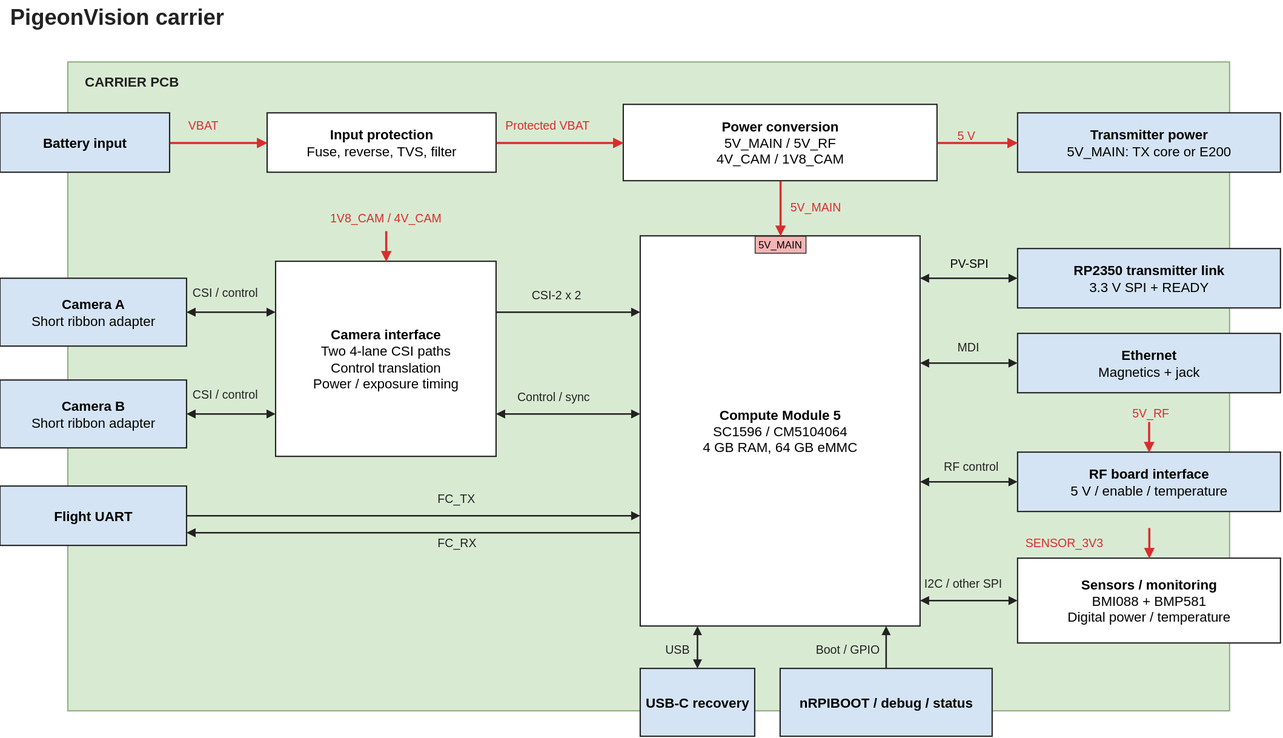
Earlier version of the draw.io export hardware/carrier/block-diagram.svg (stanford-ssi/PigeonVision). Source tidied: cells renumbered, new cells last; positions are measured from the earlier drawing's top-left corner, leaving out a move shared by most shapes.
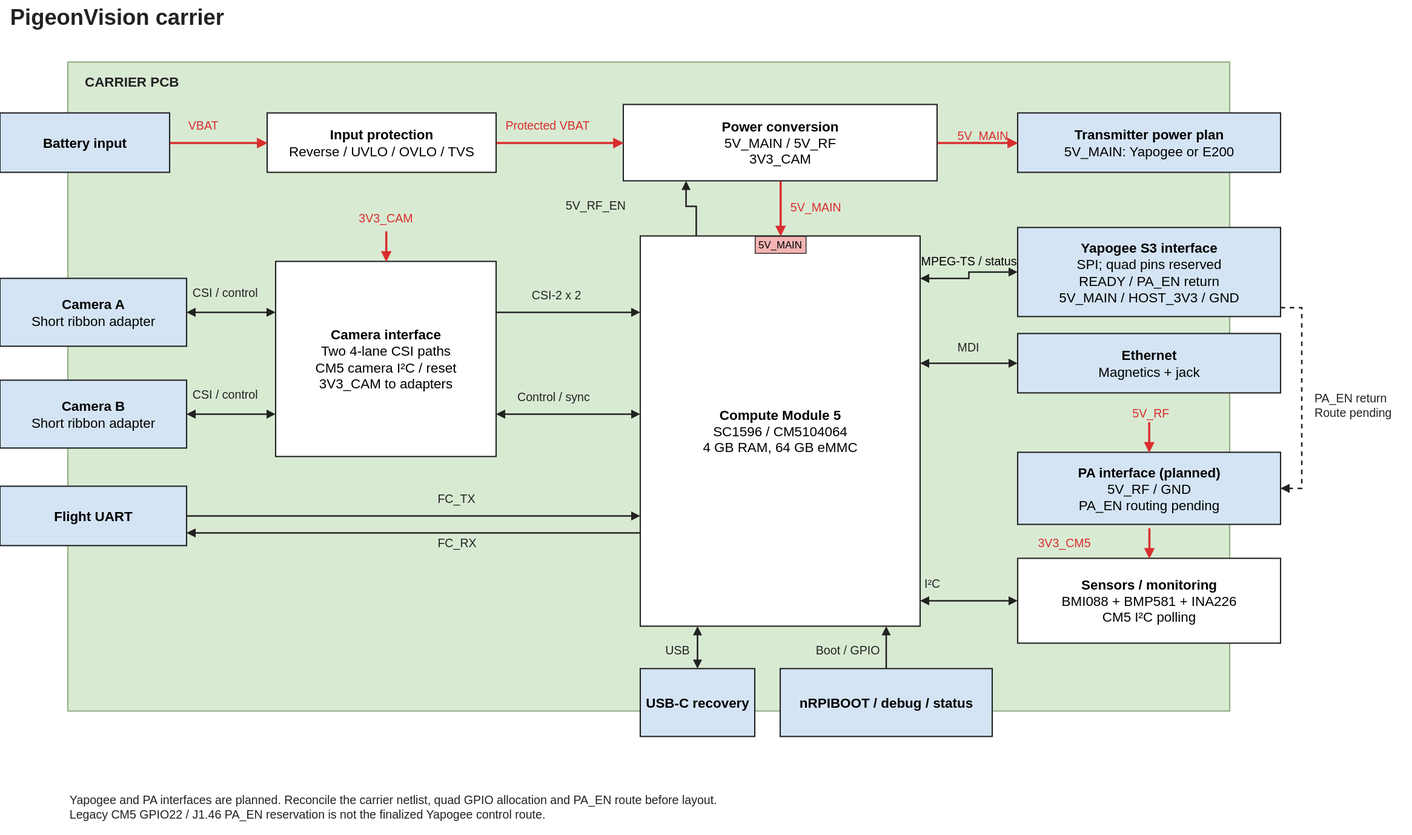
The same file after the commit.

Diff of the diagram source:
```diff
@@ -1,4 +1,4 @@
-<mxGraphModel>
+<mxGraphModel background="#ffffff">
   <root>
     <mxCell id="0" />
     <mxCell id="1" parent="0" />
@@ -14,13 +14,13 @@
     <mxCell id="5" value="&lt;b&gt;Battery input&lt;/b&gt;" style="rounded=0;whiteSpace=wrap;html=1;fontFamily=Arial;fillColor=#d4e4f4;strokeColor=#222222;strokeWidth=1.5;align=center;verticalAlign=middle;fontSize=16;spacing=5;" parent="1" vertex="1">
       <mxGeometry y="133" width="200" height="70" as="geometry" />
     </mxCell>
-    <mxCell id="6" value="&lt;b&gt;Input protection&lt;/b&gt;&lt;br&gt;Fuse, reverse, TVS, filter" style="rounded=0;whiteSpace=wrap;html=1;fontFamily=Arial;fillColor=#ffffff;strokeColor=#222222;strokeWidth=1.5;align=center;verticalAlign=middle;fontSize=16;spacing=5;" parent="1" vertex="1">
+    <mxCell id="6" value="&lt;b&gt;Input protection&lt;/b&gt;&lt;br&gt;Reverse / UVLO / OVLO / TVS" style="rounded=0;whiteSpace=wrap;html=1;fontFamily=Arial;fillColor=#ffffff;strokeColor=#222222;strokeWidth=1.5;align=center;verticalAlign=middle;fontSize=16;spacing=5;" parent="1" vertex="1">
       <mxGeometry x="315" y="133" width="270" height="70" as="geometry" />
     </mxCell>
-    <mxCell id="7" value="&lt;b&gt;Power conversion&lt;/b&gt;&lt;br&gt;5V_MAIN / 5V_RF&lt;br&gt;4V_CAM / 1V8_CAM" style="rounded=0;whiteSpace=wrap;html=1;fontFamily=Arial;fillColor=#ffffff;strokeColor=#222222;strokeWidth=1.5;align=center;verticalAlign=middle;fontSize=16;spacing=5;" parent="1" vertex="1">
+    <mxCell id="7" value="&lt;b&gt;Power conversion&lt;/b&gt;&lt;br&gt;5V_MAIN / 5V_RF&lt;br&gt;3V3_CAM" style="rounded=0;whiteSpace=wrap;html=1;fontFamily=Arial;fillColor=#ffffff;strokeColor=#222222;strokeWidth=1.5;align=center;verticalAlign=middle;fontSize=16;spacing=5;" parent="1" vertex="1">
       <mxGeometry x="735" y="123" width="370" height="90" as="geometry" />
     </mxCell>
-    <mxCell id="8" value="&lt;b&gt;Transmitter power&lt;/b&gt;&lt;br&gt;5V_MAIN: TX core or E200" style="rounded=0;whiteSpace=wrap;html=1;fontFamily=Arial;fillColor=#d4e4f4;strokeColor=#222222;strokeWidth=1.5;align=center;verticalAlign=middle;fontSize=16;spacing=5;" parent="1" vertex="1">
+    <mxCell id="8" value="&lt;b&gt;Transmitter power plan&lt;/b&gt;&lt;br&gt;5V_MAIN: Yapogee or E200" style="rounded=0;whiteSpace=wrap;html=1;fontFamily=Arial;fillColor=#d4e4f4;strokeColor=#222222;strokeWidth=1.5;align=center;verticalAlign=middle;fontSize=16;spacing=5;" parent="1" vertex="1">
       <mxGeometry x="1200" y="133" width="310" height="70" as="geometry" />
     </mxCell>
     <mxCell id="9" style="edgeStyle=orthogonalEdgeStyle;jettySize=0;rounded=0;html=0;strokeColor=#d92d2d;strokeWidth=2.5;endArrow=block;endFill=1;startArrow=none;startFill=1;exitX=1;exitY=0.5;exitPerimeter=0;entryX=0;entryY=0.5;entryPerimeter=0;" parent="1" edge="1" source="5" target="6">
@@ -38,7 +38,7 @@
     <mxCell id="13" style="edgeStyle=orthogonalEdgeStyle;jettySize=0;rounded=0;html=0;strokeColor=#d92d2d;strokeWidth=2.5;endArrow=block;endFill=1;startArrow=none;startFill=1;exitX=1;exitY=0.5;exitPerimeter=0;entryX=0;entryY=0.5;entryPerimeter=0;" parent="1" edge="1" source="7" target="8">
       <mxGeometry relative="1" as="geometry" />
     </mxCell>
-    <mxCell id="14" value="5 V" style="text;html=0;align=left;verticalAlign=middle;fillColor=none;strokeColor=none;fontFamily=Arial;fontSize=14;fontColor=#d92d2d;fontStyle=0;" parent="1" vertex="1">
+    <mxCell id="14" value="5V_MAIN" style="text;html=0;align=left;verticalAlign=middle;fillColor=none;strokeColor=none;fontFamily=Arial;fontSize=14;fontColor=#d92d2d;fontStyle=0;" parent="1" vertex="1">
       <mxGeometry x="1127" y="148" width="80" height="22" as="geometry" />
     </mxCell>
     <mxCell id="15" value="&lt;b&gt;Camera A&lt;/b&gt;&lt;br&gt;Short ribbon adapter" style="rounded=0;whiteSpace=wrap;html=1;fontFamily=Arial;fillColor=#d4e4f4;strokeColor=#222222;strokeWidth=1.5;align=center;verticalAlign=middle;fontSize=16;spacing=5;" parent="1" vertex="1">
@@ -47,7 +47,7 @@
     <mxCell id="16" value="&lt;b&gt;Camera B&lt;/b&gt;&lt;br&gt;Short ribbon adapter" style="rounded=0;whiteSpace=wrap;html=1;fontFamily=Arial;fillColor=#d4e4f4;strokeColor=#222222;strokeWidth=1.5;align=center;verticalAlign=middle;fontSize=16;spacing=5;" parent="1" vertex="1">
       <mxGeometry y="448" width="220" height="80" as="geometry" />
     </mxCell>
-    <mxCell id="17" value="&lt;b&gt;Camera interface&lt;/b&gt;&lt;br&gt;Two 4-lane CSI paths&lt;br&gt;Control translation&lt;br&gt;Power / exposure timing" style="rounded=0;whiteSpace=wrap;html=1;fontFamily=Arial;fillColor=#ffffff;strokeColor=#222222;strokeWidth=1.5;align=center;verticalAlign=middle;fontSize=16;spacing=5;" parent="1" vertex="1">
+    <mxCell id="17" value="&lt;b&gt;Camera interface&lt;/b&gt;&lt;br&gt;Two 4-lane CSI paths&lt;br&gt;CM5 camera I²C / reset&lt;br&gt;3V3_CAM to adapters" style="rounded=0;whiteSpace=wrap;html=1;fontFamily=Arial;fillColor=#ffffff;strokeColor=#222222;strokeWidth=1.5;align=center;verticalAlign=middle;fontSize=16;spacing=5;" parent="1" vertex="1">
       <mxGeometry x="325" y="308" width="260" height="230" as="geometry" />
     </mxCell>
     <mxCell id="18" style="edgeStyle=orthogonalEdgeStyle;html=1;entryX=1;entryY=0.7857142857142857;rounded=0;strokeColor=#222222;strokeWidth=1.8;align=center;verticalAlign=middle;fontFamily=Arial;fontSize=14;fontColor=default;labelBackgroundColor=default;startArrow=none;startFill=1;endArrow=block;endFill=1;exitX=0;exitY=0.7608695652173914;exitPerimeter=0;entryPerimeter=0;jettySize=0;" parent="1" edge="1" source="19" target="41">
@@ -65,7 +65,7 @@
         <mxPoint x="455" y="308" as="targetPoint" />
       </mxGeometry>
     </mxCell>
-    <mxCell id="22" value="1V8_CAM / 4V_CAM" style="text;html=0;align=center;verticalAlign=middle;fillColor=none;strokeColor=none;fontFamily=Arial;fontSize=14;fontColor=#d92d2d;fontStyle=0;" parent="1" vertex="1">
+    <mxCell id="22" value="3V3_CAM" style="text;html=0;align=center;verticalAlign=middle;fillColor=none;strokeColor=none;fontFamily=Arial;fontSize=14;fontColor=#d92d2d;fontStyle=0;" parent="1" vertex="1">
       <mxGeometry x="380" y="245" width="150" height="22" as="geometry" />
     </mxCell>
     <mxCell id="23" style="edgeStyle=orthogonalEdgeStyle;jettySize=0;rounded=0;html=0;strokeColor=#d92d2d;strokeWidth=2.5;endArrow=block;endFill=1;startArrow=none;startFill=1;exitX=0.5;exitY=1;entryX=0.5;entryY=0;entryPerimeter=0;exitDx=0;exitDy=0;" parent="1" edge="1" source="7" target="19">
@@ -107,14 +107,19 @@
     <mxCell id="35" value="MDI" style="text;html=0;align=left;verticalAlign=middle;fillColor=none;strokeColor=none;fontFamily=Arial;fontSize=14;fontColor=#222222;fontStyle=0;" parent="1" vertex="1">
       <mxGeometry x="1127" y="397" width="80" height="22" as="geometry" />
     </mxCell>
-    <mxCell id="36" value="&lt;b&gt;RF board interface&lt;/b&gt;&lt;br&gt;5 V / enable / temperature" style="rounded=0;whiteSpace=wrap;html=1;fontFamily=Arial;fillColor=#d4e4f4;strokeColor=#222222;strokeWidth=1.5;align=center;verticalAlign=middle;fontSize=16;spacing=5;" parent="1" vertex="1">
-      <mxGeometry x="1200" y="533" width="310" height="70" as="geometry" />
+    <mxCell id="36" value="&lt;b&gt;PA interface (planned)&lt;/b&gt;&lt;br&gt;5V_RF / GND&lt;br&gt;PA_EN routing pending" style="rounded=0;whiteSpace=wrap;html=1;fontFamily=Arial;fillColor=#d4e4f4;strokeColor=#222222;strokeWidth=1.5;align=center;verticalAlign=middle;fontSize=16;spacing=5;" parent="1" vertex="1">
+      <mxGeometry x="1200" y="533" width="310" height="85" as="geometry" />
     </mxCell>
-    <mxCell id="37" style="edgeStyle=orthogonalEdgeStyle;jettySize=0;rounded=0;html=0;strokeColor=#222222;strokeWidth=1.8;endArrow=block;endFill=1;startArrow=block;startFill=1;entryX=0;entryY=0.5;entryPerimeter=0;exitX=1;exitY=0.6304347826086957;exitPerimeter=0;fontFamily=Arial;fontSize=14;" parent="1" edge="1" source="19" target="36">
-      <mxGeometry relative="1" as="geometry" />
+    <mxCell id="37" style="edgeStyle=orthogonalEdgeStyle;rounded=0;strokeColor=#222222;strokeWidth=1.8;endArrow=block;endFill=1;startArrow=none;exitX=0.2;exitY=0;exitPerimeter=0;entryX=0.2;entryY=1;entryPerimeter=0;jettySize=0;" parent="1" edge="1" source="19" target="7">
+      <mxGeometry relative="1" as="geometry">
+        <Array as="points">
+          <mxPoint x="821" y="243" />
+          <mxPoint x="809" y="243" />
+        </Array>
+      </mxGeometry>
     </mxCell>
-    <mxCell id="38" value="RF control" style="text;html=0;align=left;verticalAlign=middle;fillColor=none;strokeColor=none;fontFamily=Arial;fontSize=14;fontColor=#222222;fontStyle=0;" parent="1" vertex="1">
-      <mxGeometry x="1111" y="538" width="80" height="22" as="geometry" />
+    <mxCell id="38" value="5V_RF_EN" style="text;html=0;align=left;verticalAlign=middle;fillColor=none;strokeColor=none;fontFamily=Arial;fontSize=14;fontColor=#222222;fontStyle=0;" parent="1" vertex="1">
+      <mxGeometry x="665" y="230" width="140" height="22" as="geometry" />
     </mxCell>
     <mxCell id="39" style="edgeStyle=none;strokeColor=#d92d2d;strokeWidth=2.5;endArrow=block;endFill=1;" parent="1" edge="1">
       <mxGeometry relative="1" as="geometry">
@@ -134,7 +139,7 @@
     <mxCell id="43" value="FC_TX" style="text;html=0;align=left;verticalAlign=middle;fillColor=none;strokeColor=none;fontFamily=Arial;fontSize=14;fontColor=#222222;fontStyle=0;" parent="1" vertex="1">
       <mxGeometry x="514" y="576" width="80" height="22" as="geometry" />
     </mxCell>
-    <mxCell id="44" value="&lt;b&gt;Sensors / monitoring&lt;/b&gt;&lt;br&gt;BMI088 + BMP581&lt;br&gt;Digital power / temperature" style="rounded=0;whiteSpace=wrap;html=1;fontFamily=Arial;fillColor=#ffffff;strokeColor=#222222;strokeWidth=1.5;align=center;verticalAlign=middle;fontSize=16;spacing=5;" parent="1" vertex="1">
+    <mxCell id="44" value="&lt;b&gt;Sensors / monitoring&lt;/b&gt;&lt;br&gt;BMI088 + BMP581 + INA226&lt;br&gt;CM5 I²C polling" style="rounded=0;whiteSpace=wrap;html=1;fontFamily=Arial;fillColor=#ffffff;strokeColor=#222222;strokeWidth=1.5;align=center;verticalAlign=middle;fontSize=16;spacing=5;" parent="1" vertex="1">
       <mxGeometry x="1200" y="658" width="310" height="100" as="geometry" />
     </mxCell>
     <mxCell id="45" style="edgeStyle=none;strokeColor=#d92d2d;strokeWidth=2.5;endArrow=block;endFill=1;" parent="1" edge="1">
@@ -143,13 +148,13 @@
         <mxPoint x="1354.8" y="658" as="targetPoint" />
       </mxGeometry>
     </mxCell>
-    <mxCell id="46" value="SENSOR_3V3" style="text;html=0;align=center;verticalAlign=middle;fillColor=none;strokeColor=none;fontFamily=Arial;fontSize=14;fontColor=#d92d2d;fontStyle=0;" parent="1" vertex="1">
+    <mxCell id="46" value="3V3_CM5" style="text;html=0;align=center;verticalAlign=middle;fillColor=none;strokeColor=none;fontFamily=Arial;fontSize=14;fontColor=#d92d2d;fontStyle=0;" parent="1" vertex="1">
       <mxGeometry x="1180" y="628" width="150" height="22" as="geometry" />
     </mxCell>
     <mxCell id="47" style="edgeStyle=orthogonalEdgeStyle;jettySize=0;rounded=0;html=0;strokeColor=#222222;strokeWidth=1.8;endArrow=block;endFill=1;startArrow=block;startFill=1;exitX=0;exitY=0.5;exitPerimeter=0;entryX=1;entryY=0.9347826086956522;entryPerimeter=0;fontFamily=Arial;fontSize=14;" parent="1" edge="1" source="44" target="19">
       <mxGeometry relative="1" as="geometry" />
     </mxCell>
-    <mxCell id="48" value="I2C / other SPI" style="text;html=0;align=left;verticalAlign=middle;fillColor=none;strokeColor=none;fontFamily=Arial;fontSize=14;fontColor=#222222;fontStyle=0;" parent="1" vertex="1">
+    <mxCell id="48" value="I²C" style="text;html=0;align=left;verticalAlign=middle;fillColor=none;strokeColor=none;fontFamily=Arial;fontSize=14;fontColor=#222222;fontStyle=0;" parent="1" vertex="1">
       <mxGeometry x="1088" y="676" width="120" height="22" as="geometry" />
     </mxCell>
     <mxCell id="49" style="edgeStyle=orthogonalEdgeStyle;html=1;rounded=0;strokeColor=#222222;strokeWidth=1.8;align=center;verticalAlign=middle;fontFamily=Arial;fontSize=14;fontColor=default;labelBackgroundColor=default;endArrow=block;endFill=1;jettySize=0;exitX=0.5;exitY=0;entryX=0.20454545454545456;entryY=1;exitPerimeter=0;entryPerimeter=0;startArrow=block;startFill=1;" parent="1" edge="1" source="50" target="19">
@@ -173,13 +178,27 @@
     <mxCell id="55" style="edgeStyle=orthogonalEdgeStyle;html=1;entryX=0.8787878787878788;entryY=1;entryPerimeter=0;rounded=0;strokeColor=#222222;strokeWidth=1.8;align=center;verticalAlign=middle;fontFamily=Arial;fontSize=14;fontColor=default;labelBackgroundColor=default;startArrow=none;startFill=1;endArrow=block;endFill=1;jettySize=0;exitX=0.5;exitY=0;exitPerimeter=0;" parent="1" edge="1" source="51" target="19">
       <mxGeometry relative="1" as="geometry" />
     </mxCell>
-    <mxCell id="56" value="&lt;b&gt;RP2350 transmitter link&lt;/b&gt;&lt;br&gt;3.3 V SPI + READY" style="rounded=0;whiteSpace=wrap;html=1;fontFamily=Arial;fillColor=#d4e4f4;strokeColor=#222222;strokeWidth=1.5;align=center;verticalAlign=middle;fontSize=16;spacing=5;" parent="1" vertex="1">
-      <mxGeometry x="1200" y="293" width="310" height="70" as="geometry" />
+    <mxCell id="56" value="&lt;b&gt;Yapogee S3 interface&lt;/b&gt;&lt;br&gt;SPI; quad pins reserved&lt;br&gt;READY / PA_EN return&lt;br&gt;5V_MAIN / HOST_3V3 / GND" style="rounded=0;whiteSpace=wrap;html=1;fontFamily=Arial;fillColor=#d4e4f4;strokeColor=#222222;strokeWidth=1.5;align=center;verticalAlign=middle;fontSize=16;spacing=5;" parent="1" vertex="1">
+      <mxGeometry x="1200" y="268" width="310" height="105" as="geometry" />
     </mxCell>
-    <mxCell id="57" value="PV-SPI" style="edgeStyle=orthogonalEdgeStyle;rounded=0;strokeColor=#222222;strokeWidth=1.8;endArrow=block;startArrow=block;endFill=1;startFill=1;exitX=1;exitY=0.10869565217391304;exitPerimeter=0;entryX=0;entryY=0.5;entryPerimeter=0;jettySize=0;fontFamily=Arial;fontSize=14;labelBackgroundColor=none;" parent="1" edge="1" source="19" target="56">
+    <mxCell id="57" value="MPEG-TS / status" style="edgeStyle=orthogonalEdgeStyle;rounded=0;strokeColor=#222222;strokeWidth=1.8;endArrow=block;startArrow=block;endFill=1;startFill=1;exitX=1;exitY=0.10869565217391304;exitPerimeter=0;entryX=0;entryY=0.5;entryPerimeter=0;jettySize=0;fontFamily=Arial;fontSize=14;labelBackgroundColor=none;" parent="1" edge="1" source="19" target="56">
       <mxGeometry relative="1" as="geometry">
         <mxPoint y="-18" as="offset" />
       </mxGeometry>
     </mxCell>
+    <mxCell id="58" style="edgeStyle=orthogonalEdgeStyle;rounded=0;strokeColor=#222222;strokeWidth=1.8;dashed=1;endArrow=block;endFill=1;exitX=1;exitY=0.9;exitPerimeter=0;entryX=1;entryY=0.5;entryPerimeter=0;jettySize=0;" parent="1" edge="1" source="56" target="36">
+      <mxGeometry relative="1" as="geometry">
+        <Array as="points">
+          <mxPoint x="1535" y="362.5" />
+          <mxPoint x="1535" y="575.5" />
+        </Array>
+      </mxGeometry>
+    </mxCell>
+    <mxCell id="59" value="PA_EN return&#10;Route pending" style="text;html=0;align=left;verticalAlign=middle;fillColor=none;strokeColor=none;fontFamily=Arial;fontSize=14;fontColor=#222222;whiteSpace=wrap;" parent="1" vertex="1">
+      <mxGeometry x="1548" y="453" width="115" height="48" as="geometry" />
+    </mxCell>
+    <mxCell id="60" value="Yapogee and PA interfaces are planned. Reconcile the carrier netlist, quad GPIO allocation and PA_EN route before layout.&#10;Legacy CM5 GPIO22 / J1.46 PA_EN reservation is not the finalized Yapogee control route." style="text;html=0;align=left;verticalAlign=middle;fillColor=none;strokeColor=none;fontFamily=Arial;fontSize=14;fontColor=#222222;whiteSpace=wrap;" parent="1" vertex="1">
+      <mxGeometry x="80" y="918" width="1450" height="65" as="geometry" />
+    </mxCell>
   </root>
 </mxGraphModel>
```
